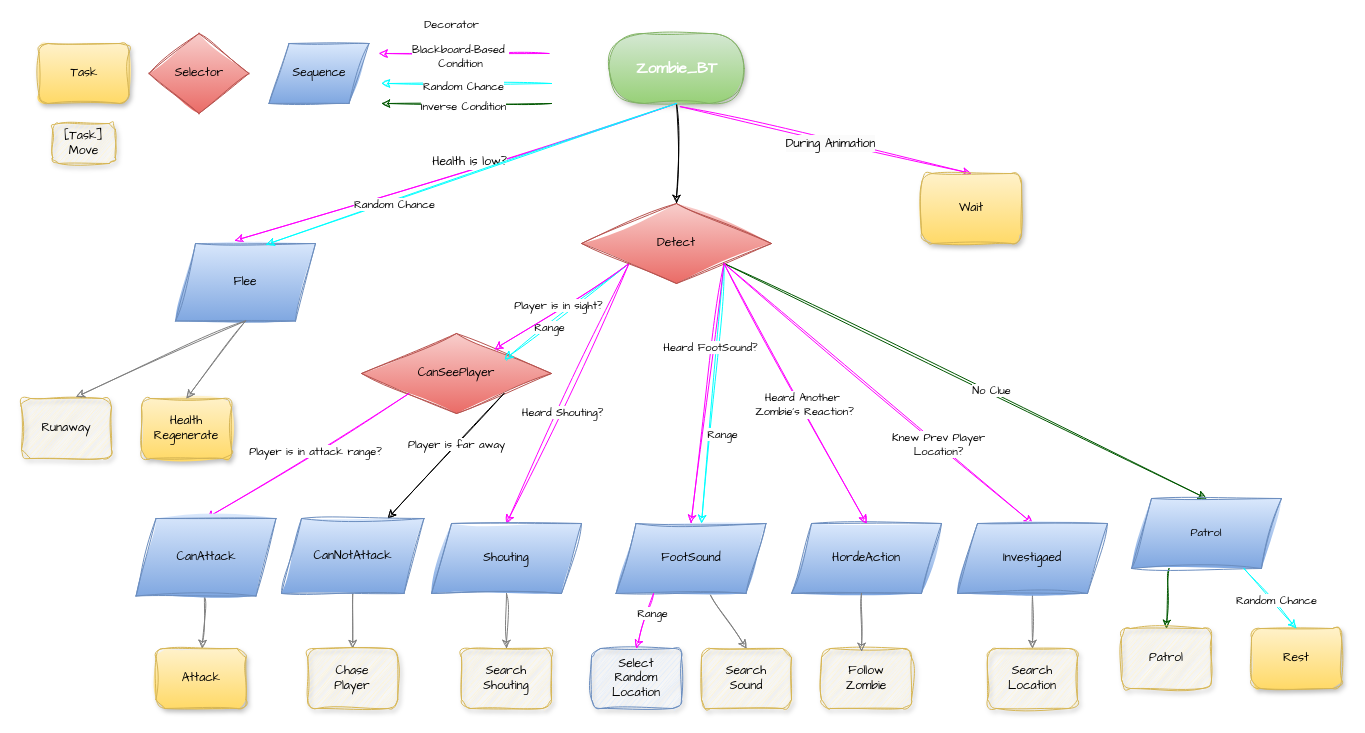
Before: JungSeungWon/기타/Zombie_BT.drawio in 2023gamedev/project, a draw.io diagram. Source tidied: cells renumbered, new cells numbered last; positions are measured from the earlier drawing's top-left corner, leaving out a move shared by most shapes. Both pictures are drawn from the tidied source at 100%, with x=0, y=0 at pixel (21, 23).
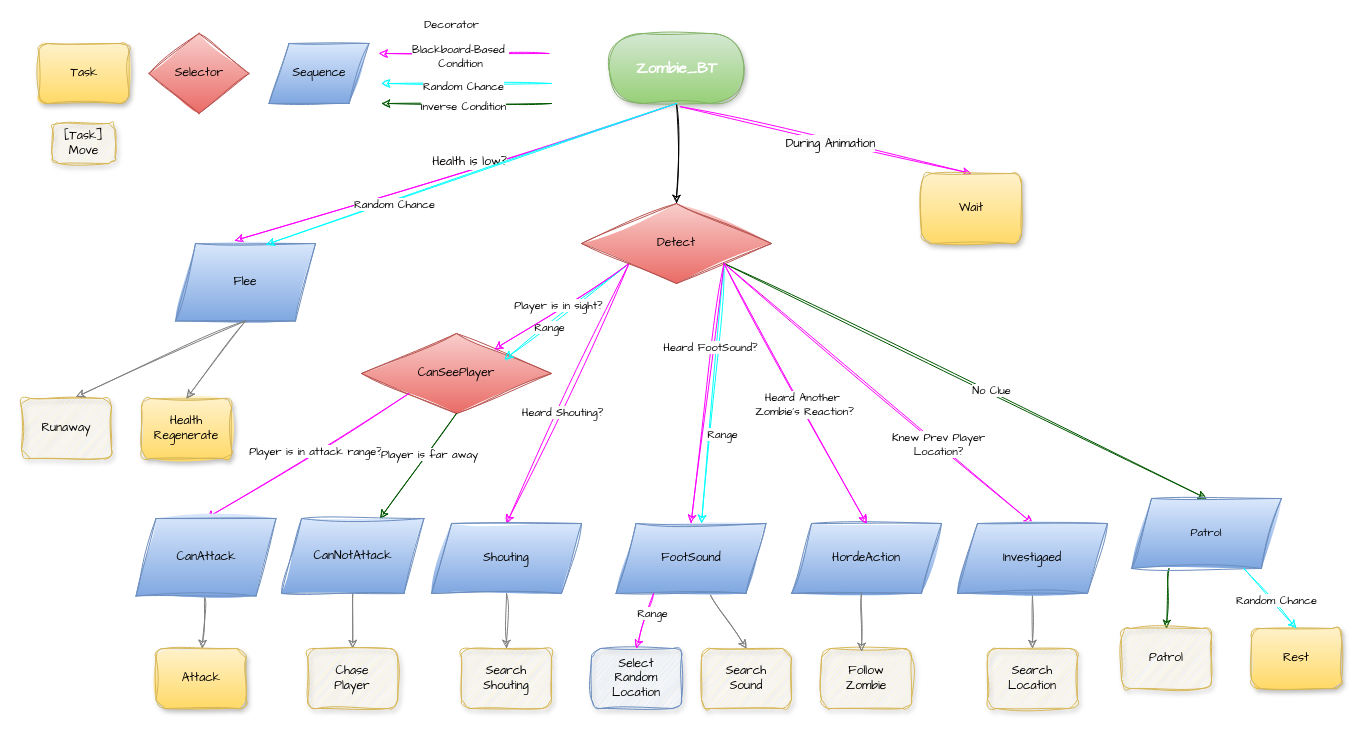
The same page after the edit.

The change refers to these unchanged cells:
```xml
<mxCell id="6" value="CanSeePlayer" style="rhombus;whiteSpace=wrap;html=1;sketch=1;hachureGap=4;jiggle=2;curveFitting=1;fontFamily=Architects Daughter;fillColor=#f8cecc;gradientColor=#ea6b66;strokeColor=#b85450;" parent="1" vertex="1">
  <mxGeometry x="340" y="310" width="190" height="80" as="geometry" />
</mxCell>
<mxCell id="37" value="CanNotAttack" style="shape=parallelogram;perimeter=parallelogramPerimeter;whiteSpace=wrap;html=1;fixedSize=1;sketch=1;hachureGap=4;jiggle=2;curveFitting=1;fontFamily=Architects Daughter;fillColor=#dae8fc;gradientColor=#7ea6e0;strokeColor=#6c8ebf;align=center;verticalAlign=middle;fontSize=12;fontColor=default;" parent="1" vertex="1">
  <mxGeometry x="260" y="495" width="142.5" height="75" as="geometry" />
</mxCell>
```

The edit, as a diff of the source:
```diff
@@
-    <mxCell id="22" style="rounded=0;sketch=1;hachureGap=4;jiggle=2;curveFitting=1;jettySize=auto;html=1;exitX=1;exitY=1;exitDx=0;exitDy=0;fontFamily=Architects Daughter;fillColor=#d5e8d4;gradientColor=#97d077;strokeColor=#000000;" parent="1" edge="1" source="6" target="37">
+    <mxCell id="22" style="rounded=0;sketch=1;hachureGap=4;jiggle=2;curveFitting=1;jettySize=auto;html=1;fontFamily=Architects Daughter;fillColor=#008a00;gradientColor=#97d077;strokeColor=#005700;align=center;verticalAlign=middle;fontSize=11;fontColor=default;labelBackgroundColor=default;endArrow=classic;exitX=0.5;exitY=1;exitDx=0;exitDy=0;" parent="1" edge="1" source="6" target="37">
       <mxGeometry relative="1" as="geometry" />
     </mxCell>
-    <mxCell id="23" value="Player is far away" style="edgeLabel;html=1;align=center;verticalAlign=middle;sketch=1;hachureGap=4;jiggle=2;curveFitting=1;fontFamily=Architects Daughter;" parent="22" vertex="1">
+    <mxCell id="23" value="Player is far away" style="edgeLabel;html=1;align=center;verticalAlign=middle;sketch=1;hachureGap=4;jiggle=2;curveFitting=1;fontFamily=Architects Daughter;rounded=0;strokeColor=#005700;fontSize=11;fontColor=default;labelBackgroundColor=default;fillColor=#008a00;" parent="22" vertex="1">
       <mxGeometry x="0.03" relative="1" as="geometry">
         <mxPoint x="12" y="-14" as="offset" />
       </mxGeometry>
     </mxCell>
```
